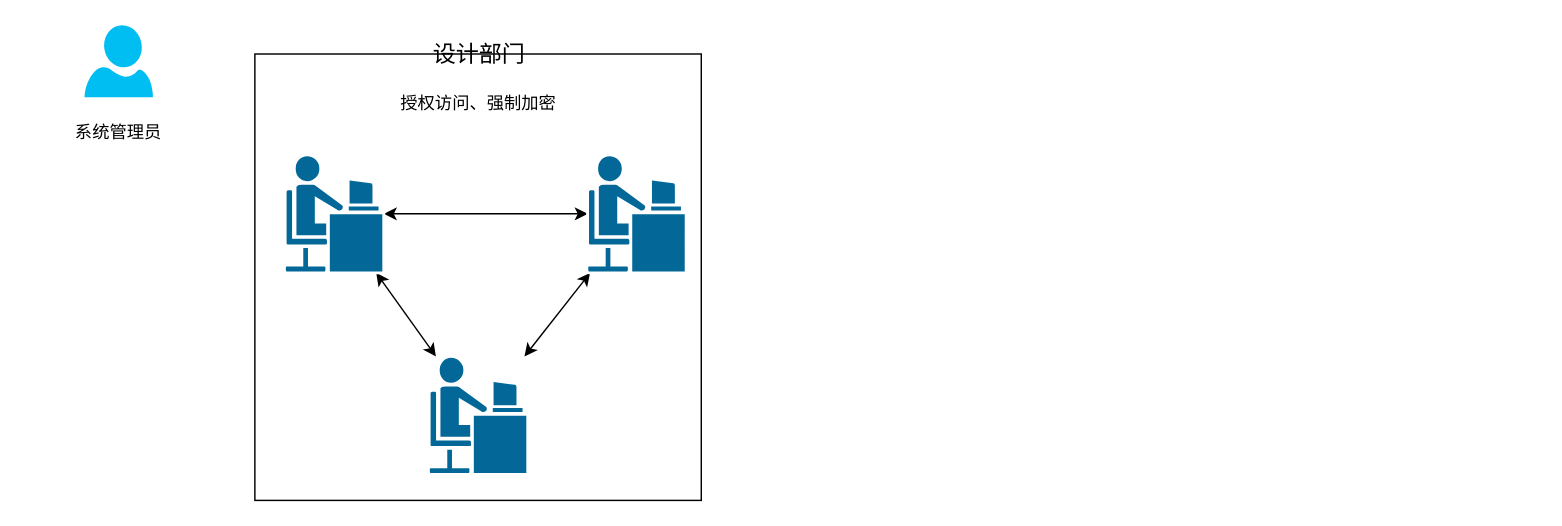
This is 数据安全防护案例.drawio from rexlin600/diagrams, a draw.io file, before an edit. Source tidied: cells renumbered, new cells numbered last; positions are measured from the earlier drawing's top-left corner, leaving out a move shared by most shapes. Both pictures are drawn from the tidied source at 144%, with x=0, y=0 at pixel (68, 24).
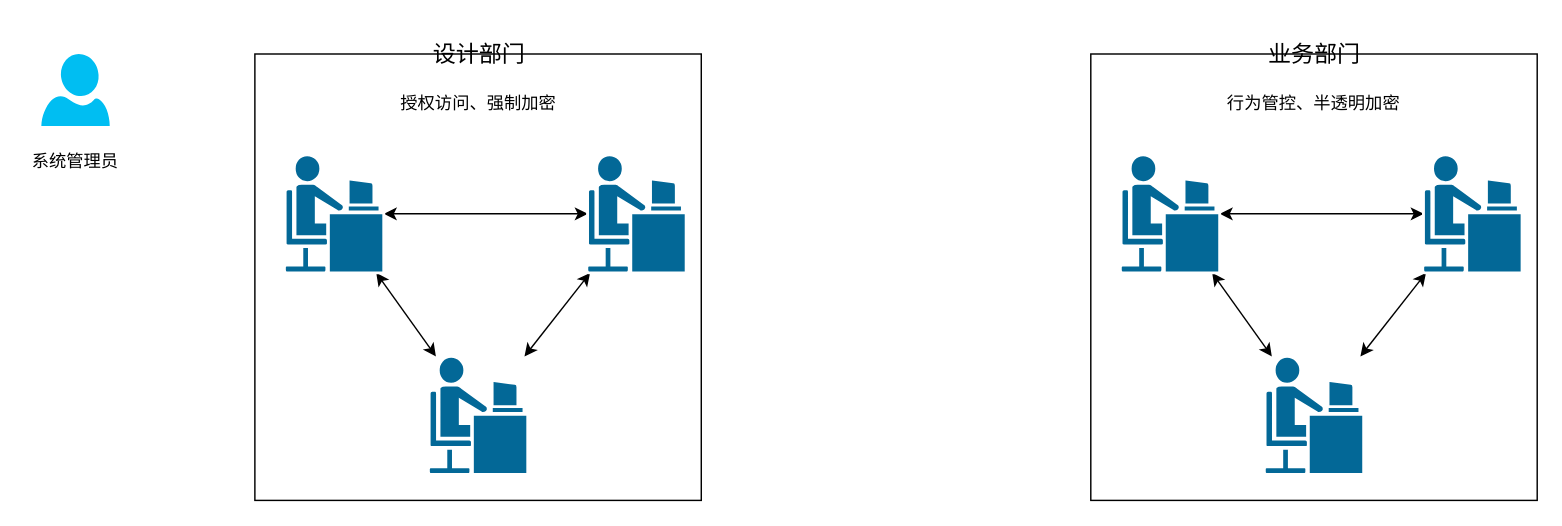
After the change.

Commit message (it also covers changes not shown here):
更新数据安全防护案例.drawio

What changed in the source:
```diff
@@
     <mxCell id="3" style="verticalLabelPosition=bottom;html=1;verticalAlign=top;align=center;strokeColor=none;fillColor=#00BEF2;shape=mxgraph.azure.user;" parent="1" vertex="1">
-      <mxGeometry x="11.2" width="47.5" height="50" as="geometry" />
+      <mxGeometry x="-18.8" y="20" width="47.5" height="50" as="geometry" />
     </mxCell>
     <mxCell id="4" value="系统管理员" style="text;html=1;strokeColor=none;fillColor=none;align=center;verticalAlign=middle;whiteSpace=wrap;rounded=0;" parent="1" vertex="1">
-      <mxGeometry y="60" width="70" height="30" as="geometry" />
+      <mxGeometry x="-30" y="80" width="70" height="30" as="geometry" />
     </mxCell>
@@
+    <mxCell id="13" style="whiteSpace=wrap;html=1;" parent="1" vertex="1">
+      <mxGeometry x="710" y="20" width="310" height="310" as="geometry" />
+    </mxCell>
+    <mxCell id="14" style="rounded=0;jettySize=auto;html=1;startArrow=classic;startFill=1;" parent="1" edge="1" source="16" target="17">
+      <mxGeometry relative="1" as="geometry" />
+    </mxCell>
+    <mxCell id="15" style="edgeStyle=none;rounded=0;jettySize=auto;html=1;entryX=0.01;entryY=0.5;entryDx=0;entryDy=0;entryPerimeter=0;startArrow=classic;startFill=1;" parent="1" edge="1" source="16" target="19">
+      <mxGeometry relative="1" as="geometry" />
+    </mxCell>
+    <mxCell id="16" style="shape=mxgraph.cisco.people.androgenous_person;html=1;dashed=0;fillColor=#036897;strokeColor=#ffffff;strokeWidth=2;verticalLabelPosition=bottom;verticalAlign=top;align=center;outlineConnect=0;" parent="1" vertex="1">
+      <mxGeometry x="730.5" y="90" width="69" height="82" as="geometry" />
+    </mxCell>
+    <mxCell id="17" style="shape=mxgraph.cisco.people.androgenous_person;html=1;dashed=0;fillColor=#036897;strokeColor=#ffffff;strokeWidth=2;verticalLabelPosition=bottom;verticalAlign=top;align=center;outlineConnect=0;" parent="1" vertex="1">
+      <mxGeometry x="830.5" y="230" width="69" height="82" as="geometry" />
+    </mxCell>
+    <mxCell id="18" style="edgeStyle=none;rounded=0;jettySize=auto;html=1;startArrow=classic;startFill=1;" parent="1" edge="1" source="19" target="17">
+      <mxGeometry relative="1" as="geometry" />
+    </mxCell>
+    <mxCell id="19" style="shape=mxgraph.cisco.people.androgenous_person;html=1;dashed=0;fillColor=#036897;strokeColor=#ffffff;strokeWidth=2;verticalLabelPosition=bottom;verticalAlign=top;align=center;outlineConnect=0;" parent="1" vertex="1">
+      <mxGeometry x="940.5" y="90" width="69" height="82" as="geometry" />
+    </mxCell>
+    <mxCell id="20" value="行为管控、半透明加密" style="text;html=1;strokeColor=none;fillColor=none;align=center;verticalAlign=middle;whiteSpace=wrap;rounded=0;" parent="1" vertex="1">
+      <mxGeometry x="790" y="40" width="150" height="30" as="geometry" />
+    </mxCell>
+    <mxCell id="21" value="&lt;font style=&quot;font-size: 16px&quot;&gt;业务部门&lt;/font&gt;" style="text;html=1;align=center;verticalAlign=middle;strokeColor=none;fillColor=none;" parent="1" vertex="1">
+      <mxGeometry x="825" y="10" width="80" height="20" as="geometry" />
+    </mxCell>
```
